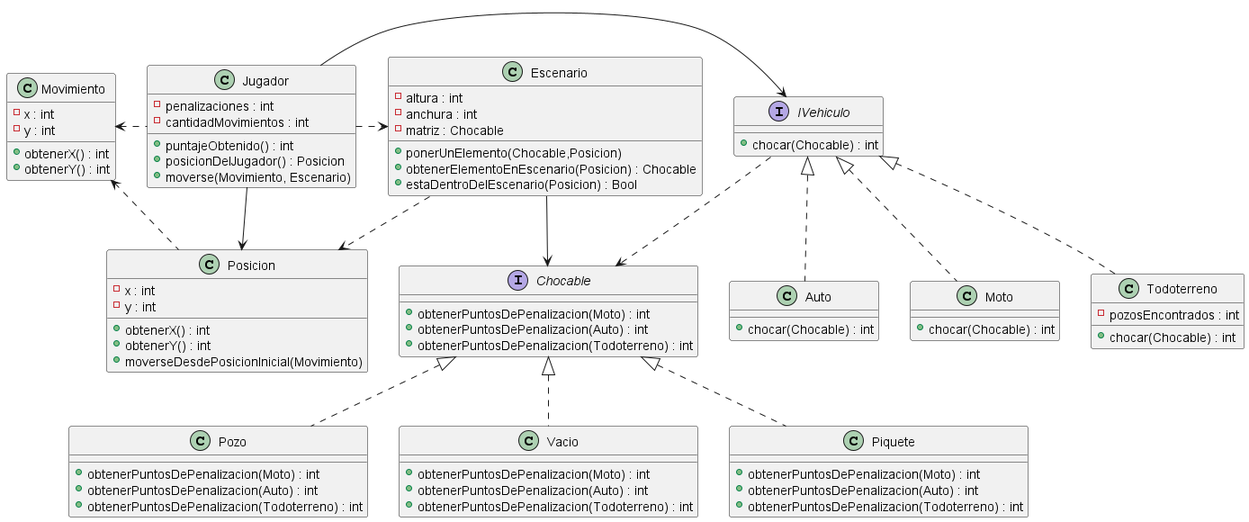
Earlier version of the PlantUML export diagrams/classes/diagrama_clase.png (NestorPala/T17-GPSChallenge). Its source is kept beside it as diagrams/classes/diagrama_clase.puml.
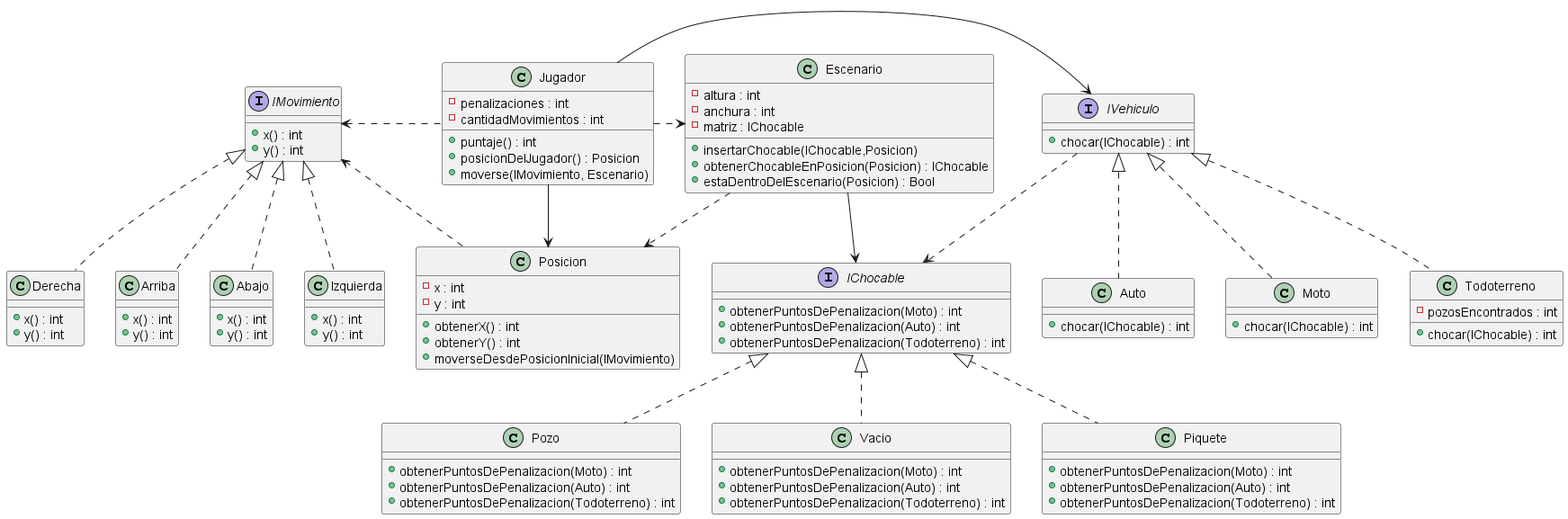
Later version of the same file.

Commit message:
Actualizo diagramas de clase y de secuencia

What changed in the source:
```diff
@@ -3,24 +3,39 @@
 class Jugador {
     - penalizaciones : int
     - cantidadMovimientos : int
-    + puntajeObtenido() : int
+    + puntaje() : int
     + posicionDelJugador() : Posicion
-    + moverse(Movimiento, Escenario)
+    + moverse(IMovimiento, Escenario)
 }
 
-class Movimiento {
-    - x : int
-    - y : int
-    + obtenerX() : int
-    + obtenerY() : int
+interface IMovimiento {
+    + x() : int
+    + y() : int
+}
+
+class Derecha {
+    + x() : int
+    + y() : int
+}
+class Arriba {
+    + x() : int
+    + y() : int
+}
+class Abajo {
+    + x() : int
+    + y() : int
+}
+class Izquierda {
+    + x() : int
+    + y() : int
 }
 
 class Escenario {
     - altura : int
     - anchura : int
-    - matriz : Chocable
-    + ponerUnElemento(Chocable,Posicion)
-    + obtenerElementoEnEscenario(Posicion) : Chocable
+    - matriz : IChocable
+    + insertarChocable(IChocable,Posicion)
+    + obtenerChocableEnPosicion(Posicion) : IChocable
     + estaDentroDelEscenario(Posicion) : Bool
 }
 
@@ -29,7 +44,7 @@
     - y : int
     + obtenerX() : int
     + obtenerY() : int
-    + moverseDesdePosicionInicial(Movimiento)
+    + moverseDesdePosicionInicial(IMovimiento)
 }
 
 class Pozo {
@@ -51,45 +66,50 @@
 }
 
 class Auto {
-    + chocar(Chocable) : int
+    + chocar(IChocable) : int
 }
 
 class Moto {
-    + chocar(Chocable) : int
+    + chocar(IChocable) : int
 }
 
 class Todoterreno {
     - pozosEncontrados : int
-    + chocar(Chocable) : int
+    + chocar(IChocable) : int
 }
 
 interface IVehiculo {
-    + chocar(Chocable) : int
+    + chocar(IChocable) : int
 }
 
-interface Chocable {
+interface IChocable {
     + obtenerPuntosDePenalizacion(Moto) : int
     + obtenerPuntosDePenalizacion(Auto) : int
     + obtenerPuntosDePenalizacion(Todoterreno) : int
 }
 
 Jugador -> IVehiculo
-Movimiento <. Jugador
+IMovimiento <. Jugador
 
 IVehiculo <|.. Auto
 IVehiculo <|.. Moto
 IVehiculo <|.. Todoterreno
 
-Chocable <|.. Pozo
-Chocable <|.. Vacio
-Chocable <|.. Piquete
+IChocable <|.. Pozo
+IChocable <|.. Vacio
+IChocable <|.. Piquete
+
+IMovimiento <|.. Arriba
+IMovimiento <|.. Abajo
+IMovimiento <|.. Derecha
+IMovimiento <|.. Izquierda
 
 Jugador --> Posicion
 Jugador .> Escenario
 
-Escenario --> Chocable
+Escenario --> IChocable
 Escenario ..> Posicion
-Movimiento <.. Posicion
-IVehiculo ..> Chocable
+IMovimiento <.. Posicion
+IVehiculo ..> IChocable
 
 @enduml
```
